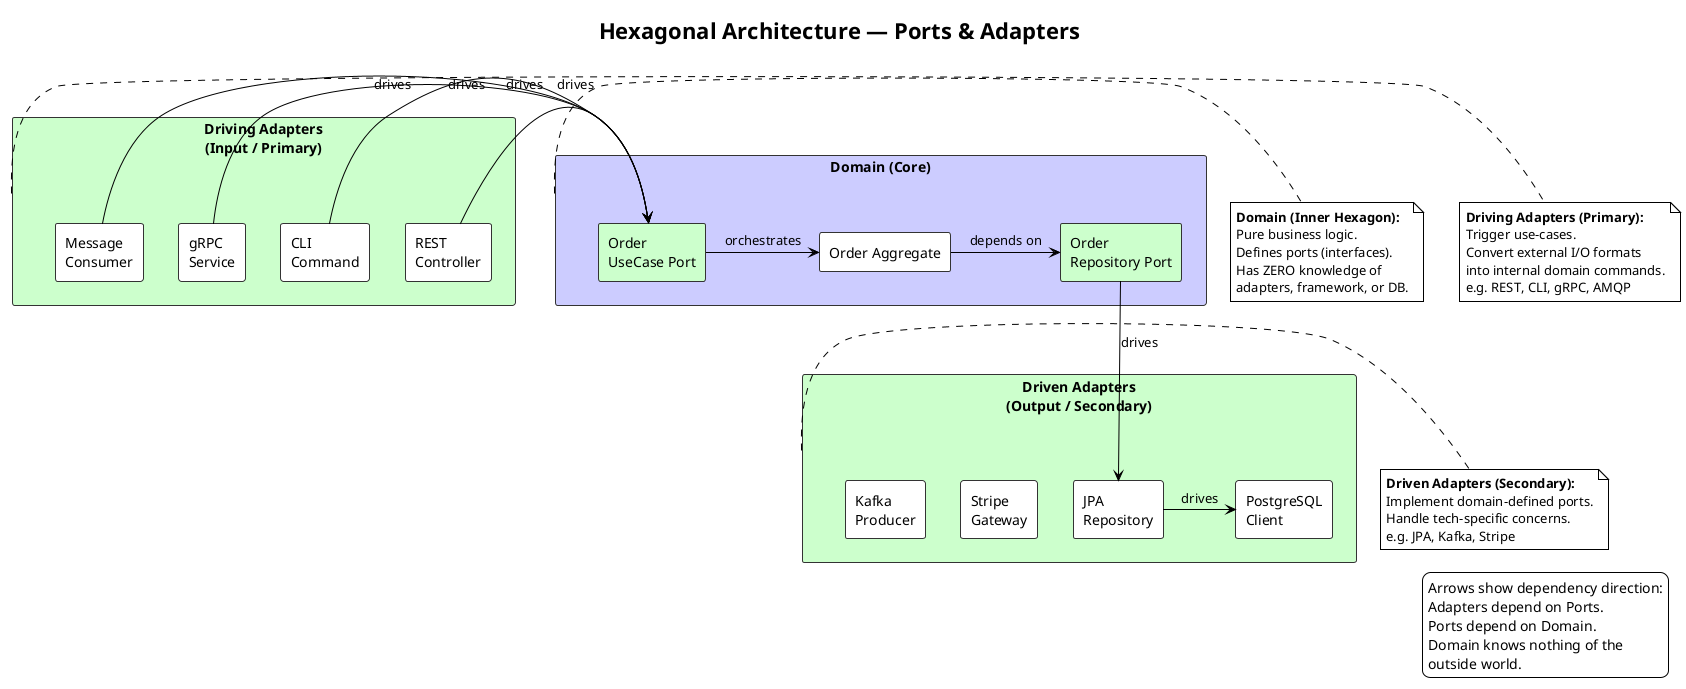
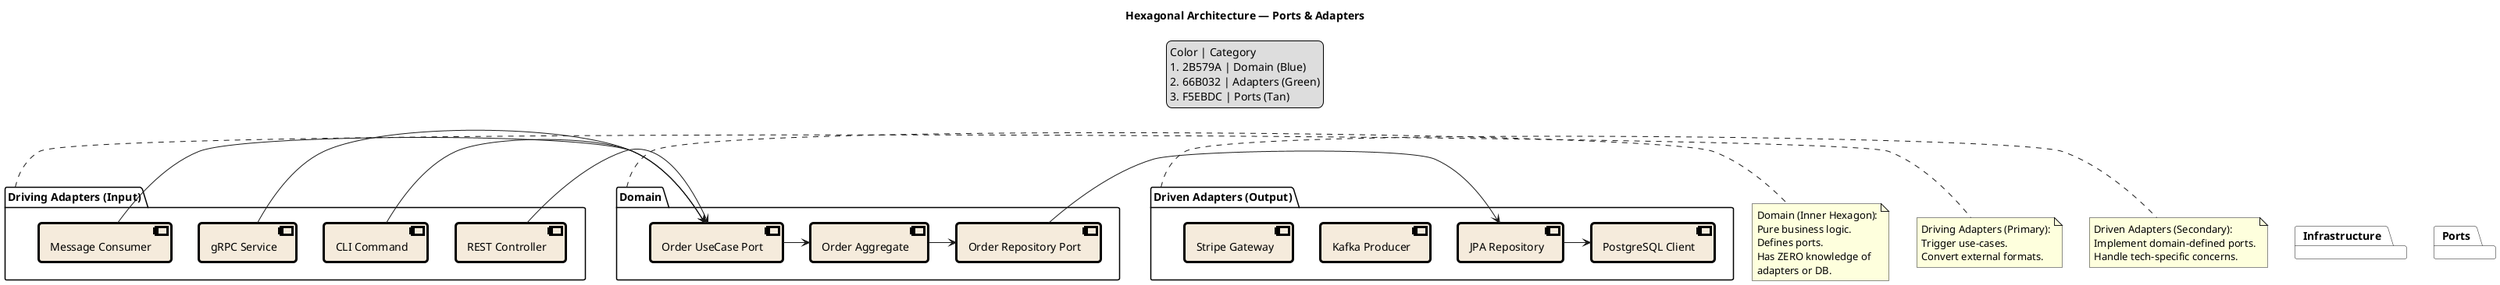
- @startuml HexagonalArchitecture
- !theme plain
- 
+ @startuml
title Hexagonal Architecture — Ports & Adapters

- skinparam rectangle {
-     BorderColor #333
+ package "Domain" {
+     component "Order Aggregate"
+     component "Order Repository Port"
+     component "Order UseCase Port"
}

- rectangle "Domain (Core)" as Domain #CCCCFF {
-     rectangle "Order Aggregate" as Agg
-     rectangle "Order\nRepository Port" as PortRepo #CCFFCC
-     rectangle "Order\nUseCase Port" as PortUC #CCFFCC
+ package "Driving Adapters (Input)" {
+     component "REST Controller"
+     component "CLI Command"
+     component "gRPC Service"
+     component "Message Consumer"
}

- rectangle "Driving Adapters\n(Input / Primary)" as Driving #CCFFCC {
-     rectangle "REST\nController" as RestCtrl
-     rectangle "CLI\nCommand" as CLI
-     rectangle "gRPC\nService" as GRPC
-     rectangle "Message\nConsumer" as MsgIn
+ package "Driven Adapters (Output)" {
+     component "JPA Repository"
+     component "PostgreSQL Client"
+     component "Kafka Producer"
+     component "Stripe Gateway"
}

- rectangle "Driven Adapters\n(Output / Secondary)" as Driven #CCFFCC {
-     rectangle "JPA\nRepository" as JPA
-     rectangle "PostgreSQL\nClient" as PG
-     rectangle "Kafka\nProducer" as Kafka
-     rectangle "Stripe\nGateway" as Stripe
+ ' Color definitions using package-based skinparam
+ skinparam packageBackgroundColor #00000000
+ 
+ ' Blue - Domain
+ skinparam component {
+     BackgroundColor #2B579A
+     FontColor #FFFFFF
+     BorderColor #000000
+     BorderThickness 3
+     RoundCorner 8
}

- RestCtrl -right-> PortUC : drives
- CLI -right-> PortUC : drives
- GRPC -right-> PortUC : drives
- MsgIn -right-> PortUC : drives
+ ' Green - Adapters
+ package "Infrastructure" {
+     skinparam component {
+         BackgroundColor #66B032
+         FontColor #000000
+         BorderColor #000000
+         BorderThickness 3
+         RoundCorner 8
+     }
+ }

- PortUC -right-> Agg : orchestrates
- Agg -right-> PortRepo : depends on
+ ' Tan - Ports (in Domain package these will use domain colors)
+ package "Ports" {
+     skinparam component {
+         BackgroundColor #F5EBDC
+         FontColor #000000
+         BorderColor #000000
+         BorderThickness 3
+         RoundCorner 8
+     }
+ }

- PortRepo -right-> JPA : drives
- JPA -right-> PG : drives
+ ' Dependencies
+ "REST Controller" -> "Order UseCase Port"
+ "CLI Command" -> "Order UseCase Port"
+ "gRPC Service" -> "Order UseCase Port"
+ "Message Consumer" -> "Order UseCase Port"

- Agg -[hidden]d-> Kafka
- Agg -[hidden]d-> Stripe
+ "Order UseCase Port" -> "Order Aggregate"
+ "Order Aggregate" -> "Order Repository Port"
+ "Order Repository Port" -> "JPA Repository"
+ "JPA Repository" -> "PostgreSQL Client"

- note right of Domain
-   **Domain (Inner Hexagon):**
+ note right of "Domain"
+   Domain (Inner Hexagon):
  Pure business logic.
-   Defines ports (interfaces).
+   Defines ports.
  Has ZERO knowledge of
-   adapters, framework, or DB.
+   adapters or DB.
end note

- note right of Driving
-   **Driving Adapters (Primary):**
+ note right of "Driving Adapters (Input)"
+   Driving Adapters (Primary):
  Trigger use-cases.
-   Convert external I/O formats
-   into internal domain commands.
-   e.g. REST, CLI, gRPC, AMQP
+   Convert external formats.
end note

- note right of Driven
-   **Driven Adapters (Secondary):**
+ note right of "Driven Adapters (Output)"
+   Driven Adapters (Secondary):
  Implement domain-defined ports.
  Handle tech-specific concerns.
-   e.g. JPA, Kafka, Stripe
end note

- legend right
-   Arrows show dependency direction:
-   Adapters depend on Ports.
-   Ports depend on Domain.
-   Domain knows nothing of the
-   outside world.
+ legend top
+   Color | Category
+   #2B579A | Domain (Blue)
+   #66B032 | Adapters (Green)
+   #F5EBDC | Ports (Tan)
endlegend

@enduml
